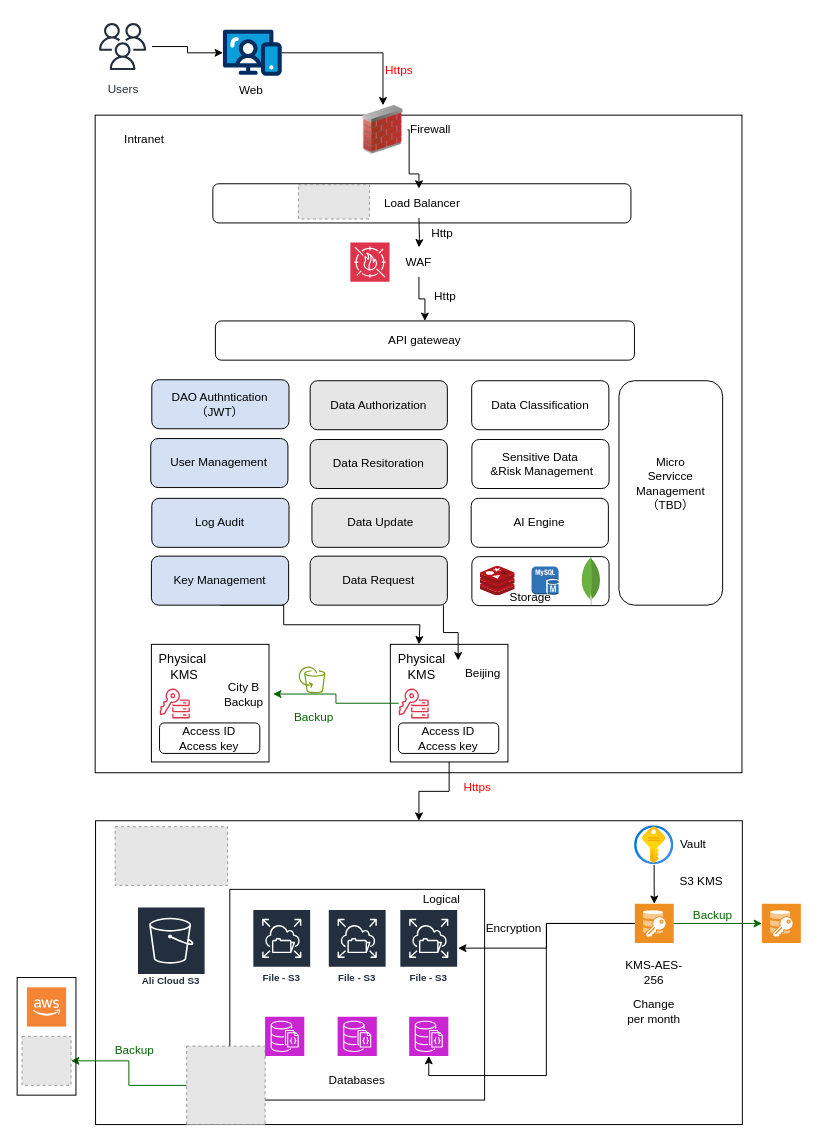
Earlier version of the draw.io diagram DAO v1.0.12.drawio (AliceHan7/Architecture-Design). Source tidied: cells renumbered, new cells numbered last; positions are measured from the earlier drawing's top-left corner, leaving out a move shared by most shapes. Both pictures are drawn from the tidied source at 98%, with x=0, y=0 at pixel (17, 17). Pictures stored in the file or linked from it are replaced by grey dashed boxes.
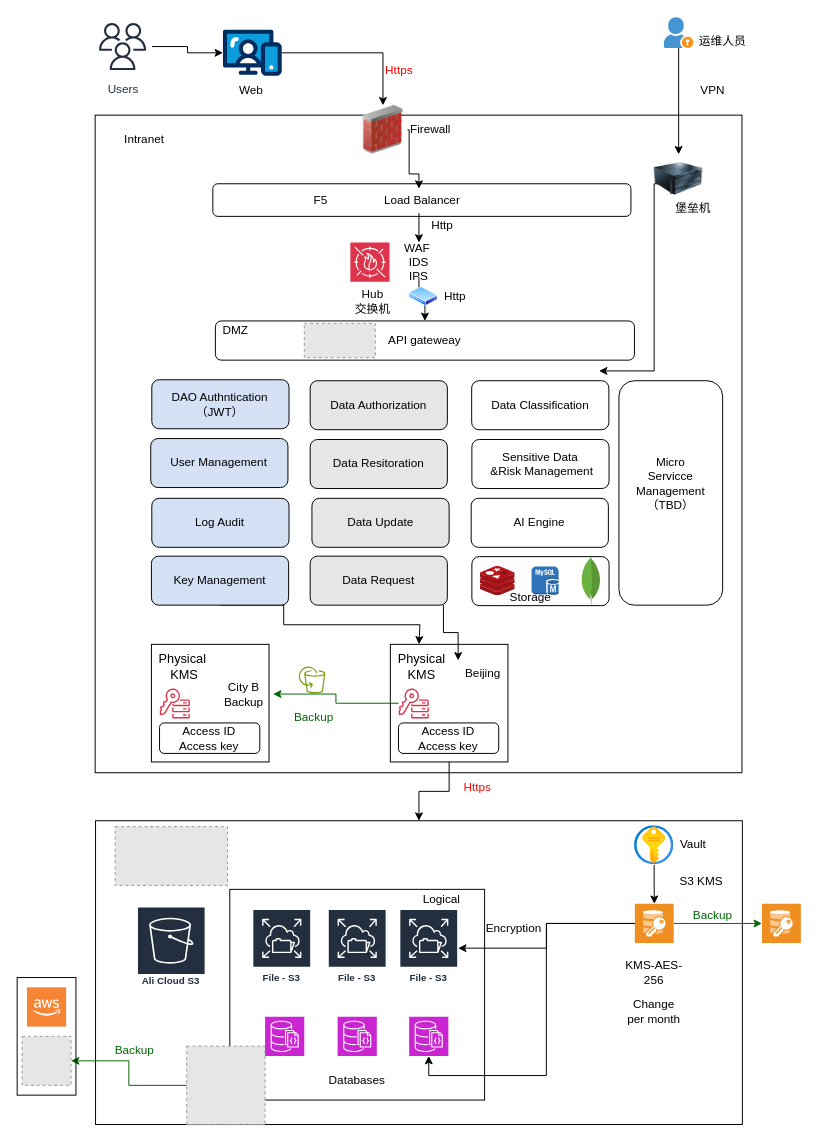
Above is the later version.

The change refers to these unchanged cells:
```xml
<mxCell id="38" style="group;" parent="1" vertex="1">
  <mxGeometry x="340" y="230" width="100" height="40" as="geometry" />
</mxCell>
```

The edit, as a diff of the source:
```diff
@@
     <mxCell id="32" style="group;" parent="1" vertex="1">
-      <mxGeometry x="313.6" y="170" width="312.7" height="60" as="geometry" />
+      <mxGeometry x="313.6" y="170" width="312.7" height="50" as="geometry" />
     </mxCell>
     <mxCell id="33" value="Http" style="text;html=1;strokeColor=none;fillColor=none;align=center;verticalAlign=middle;whiteSpace=wrap;rounded=0;" parent="32" vertex="1">
-      <mxGeometry x="90.4" y="36" width="60" height="30" as="geometry" />
+      <mxGeometry x="90.4" y="30" width="60" height="25" as="geometry" />
     </mxCell>
     <mxCell id="34" value="Load Balancer" style="rounded=1;whiteSpace=wrap;html=1;" parent="32" vertex="1">
-      <mxGeometry x="-113.9" width="426.6" height="40" as="geometry" />
+      <mxGeometry x="-113.9" width="426.6" height="33.3" as="geometry" />
     </mxCell>
+    <mxCell id="95" value="F5" style="text;html=1;strokeColor=none;fillColor=none;align=center;verticalAlign=middle;whiteSpace=wrap;rounded=0;" parent="32" vertex="1">
+      <mxGeometry x="-33.6" y="4.2" width="60" height="25" as="geometry" />
+    </mxCell>
@@
-    <mxCell id="40" value="WAF" style="text;html=1;strokeColor=none;fillColor=none;align=center;verticalAlign=middle;whiteSpace=wrap;rounded=0;" parent="38" vertex="1">
+    <mxCell id="40" value="WAF&amp;nbsp; &lt;br&gt;IDS &lt;br&gt;IPS" style="text;html=1;strokeColor=none;fillColor=none;align=center;verticalAlign=middle;whiteSpace=wrap;rounded=0;" parent="38" vertex="1">
       <mxGeometry x="40" y="5" width="60" height="30" as="geometry" />
     </mxCell>
-    <mxCell id="41" style="edgeStyle=orthogonalEdgeStyle;rounded=0;jettySize=auto;html=1;" parent="1" edge="1" target="40">
+    <mxCell id="41" style="edgeStyle=orthogonalEdgeStyle;rounded=0;orthogonalLoop=1;jettySize=auto;html=1;" parent="1" edge="1">
       <mxGeometry relative="1" as="geometry">
-        <mxPoint x="410" y="205" as="sourcePoint" />
+        <mxPoint x="410" y="200" as="sourcePoint" />
+        <mxPoint x="410" y="230" as="targetPoint" />
       </mxGeometry>
     </mxCell>
@@
     <mxCell id="63" value="Http" style="text;html=1;strokeColor=none;fillColor=none;align=center;verticalAlign=middle;whiteSpace=wrap;rounded=0;" parent="1" vertex="1">
-      <mxGeometry x="406.8" y="270" width="60" height="30" as="geometry" />
+      <mxGeometry x="417" y="270" width="60" height="30" as="geometry" />
     </mxCell>
@@
-    <mxCell id="86" style="fillColor=#E6E6E6;strokeColor=#999999;dashed=1;verticalLabelPosition=bottom;verticalAlign=top;" parent="1" vertex="1">
-      <mxGeometry x="287" y="171" width="72.5" height="35" as="geometry" />
-    </mxCell>
@@
+    <mxCell id="96" style="fillColor=#E6E6E6;strokeColor=#999999;dashed=1;verticalLabelPosition=bottom;verticalAlign=top;" parent="1" vertex="1">
+      <mxGeometry x="293" y="312.5" width="72.5" height="35" as="geometry" />
+    </mxCell>
+    <mxCell id="97" style="image;perimeter=ellipsePerimeter;html=1;align=center;shadow=0;dashed=0;spacingTop=3;image=img/lib/active_directory/wiring_hub.svg;" parent="1" vertex="1">
+      <mxGeometry x="400" y="275" width="29.4" height="20" as="geometry" />
+    </mxCell>
+    <mxCell id="98" value="Hub&lt;br&gt;交换机" style="text;html=1;strokeColor=none;fillColor=none;align=center;verticalAlign=middle;whiteSpace=wrap;rounded=0;" parent="1" vertex="1">
+      <mxGeometry x="333.2" y="275" width="60" height="30" as="geometry" />
+    </mxCell>
+    <mxCell id="99" value="DMZ" style="text;html=1;strokeColor=none;fillColor=none;align=center;verticalAlign=middle;whiteSpace=wrap;rounded=0;" parent="1" vertex="1">
+      <mxGeometry x="193" y="305" width="60" height="30" as="geometry" />
+    </mxCell>
+    <mxCell id="100" style="edgeStyle=orthogonalEdgeStyle;rounded=0;jettySize=auto;html=1;" parent="1" edge="1" source="101" target="103">
+      <mxGeometry relative="1" as="geometry" />
+    </mxCell>
+    <mxCell id="101" style="shadow=0;dashed=0;html=1;strokeColor=none;fillColor=#4495D1;labelPosition=center;verticalLabelPosition=bottom;verticalAlign=top;align=center;outlineConnect=0;shape=mxgraph.veeam.portal_admin;" parent="1" vertex="1">
+      <mxGeometry x="660" width="30" height="31.4" as="geometry" />
+    </mxCell>
+    <mxCell id="102" style="edgeStyle=orthogonalEdgeStyle;rounded=0;orthogonalLoop=1;jettySize=auto;html=1;entryX=1;entryY=0;entryDx=0;entryDy=0;" parent="1" edge="1">
+      <mxGeometry relative="1" as="geometry">
+        <mxPoint x="660" y="170" as="sourcePoint" />
+        <mxPoint x="593.8" y="361" as="targetPoint" />
+        <Array as="points">
+          <mxPoint x="650" y="361" />
+        </Array>
+      </mxGeometry>
+    </mxCell>
+    <mxCell id="103" style="image;html=1;image=img/lib/clip_art/computers/Server_128x128.png;" parent="1" vertex="1">
+      <mxGeometry x="650" y="140" width="50" height="50" as="geometry" />
+    </mxCell>
+    <mxCell id="104" value="VPN" style="text;html=1;strokeColor=none;fillColor=none;align=center;verticalAlign=middle;whiteSpace=wrap;rounded=0;" parent="1" vertex="1">
+      <mxGeometry x="679.6" y="60" width="60" height="30" as="geometry" />
+    </mxCell>
+    <mxCell id="105" value="堡垒机" style="text;html=1;strokeColor=none;fillColor=none;align=center;verticalAlign=middle;whiteSpace=wrap;rounded=0;" parent="1" vertex="1">
+      <mxGeometry x="660" y="180" width="60" height="30" as="geometry" />
+    </mxCell>
+    <mxCell id="106" value="运维人员" style="text;html=1;strokeColor=none;fillColor=none;align=center;verticalAlign=middle;whiteSpace=wrap;rounded=0;" parent="1" vertex="1">
+      <mxGeometry x="690" y="10" width="60" height="30" as="geometry" />
+    </mxCell>
```
